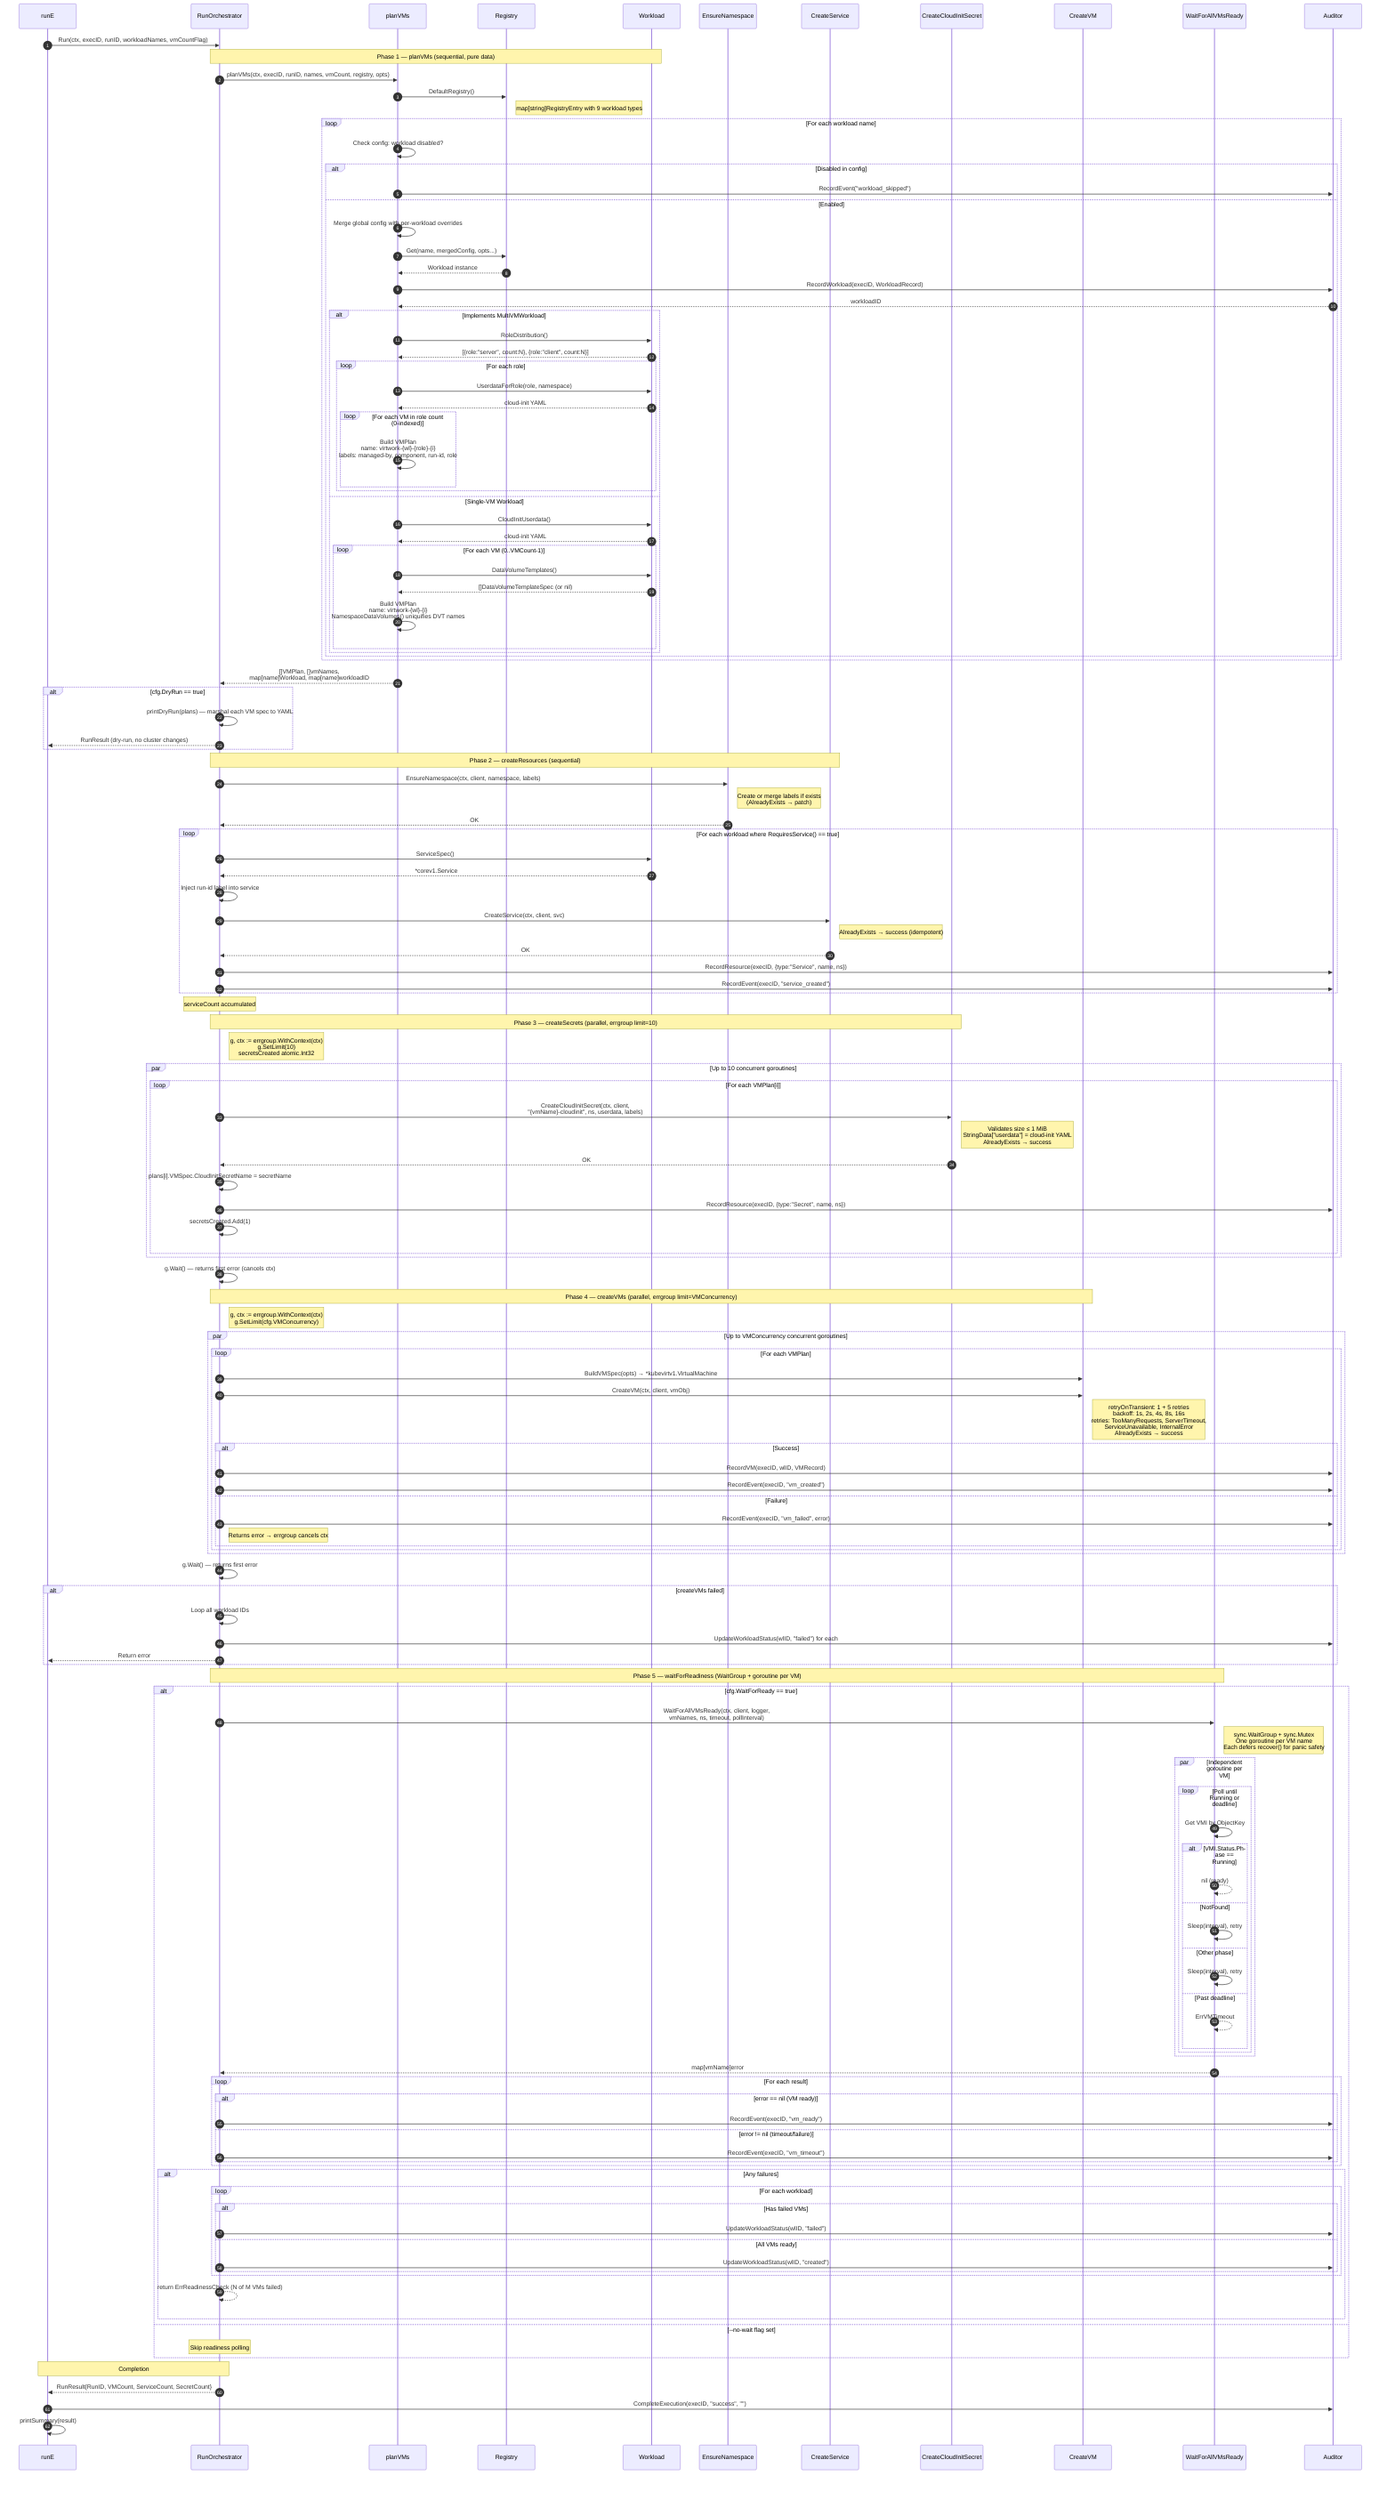
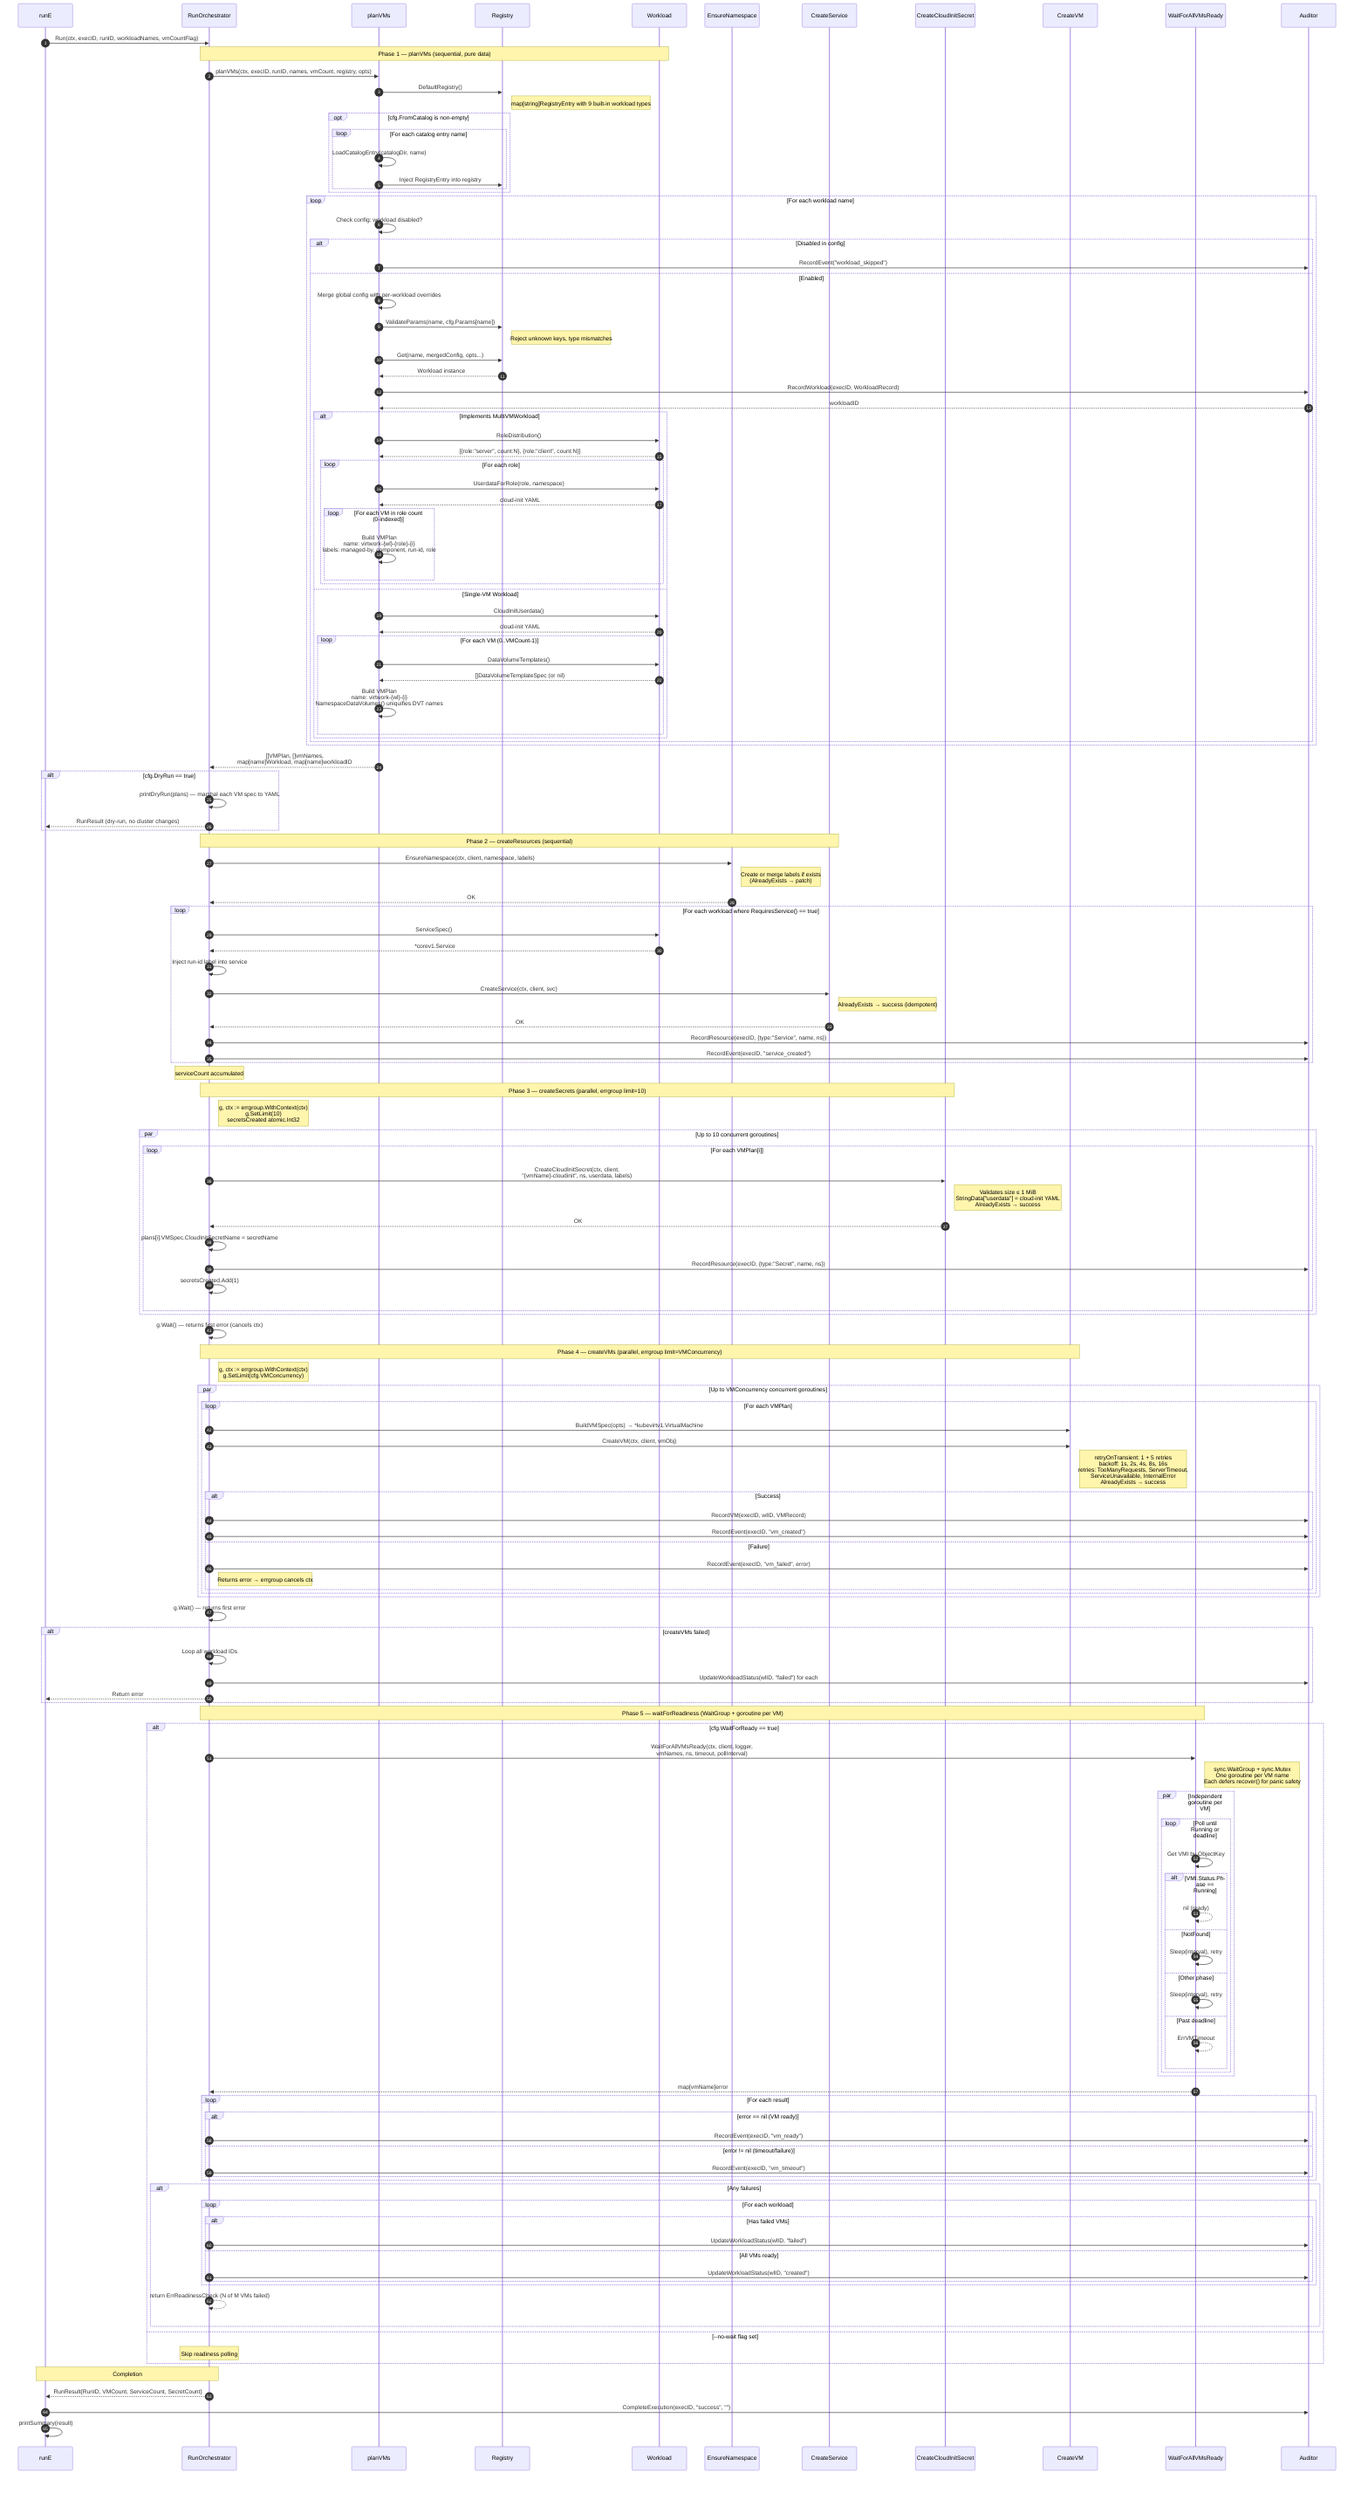
%% Orchestrator Run Phases: the 5-phase pipeline inside RunOrchestrator.Run()
%% Shows concurrency boundaries, error handling, and data flow between phases

sequenceDiagram
    autonumber

    participant CLI as runE
    participant RO as RunOrchestrator
    participant Plan as planVMs
    participant Reg as Registry
    participant WL as Workload
    participant NS as EnsureNamespace
    participant Svc as CreateService
    participant Sec as CreateCloudInitSecret
    participant VM as CreateVM
    participant Wait as WaitForAllVMsReady
    participant Aud as Auditor

    CLI ->> RO: Run(ctx, execID, runID, workloadNames, vmCountFlag)

    %% ─── PHASE 1: PLAN ──────────────────────────────────────────

    Note over RO, WL: Phase 1 — planVMs (sequential, pure data)
    RO ->> Plan: planVMs(ctx, execID, runID, names, vmCount, registry, opts)

    Plan ->> Reg: DefaultRegistry()
-     Note right of Reg: map[string]RegistryEntry with 9 workload types
+     Note right of Reg: map[string]RegistryEntry with 9 built-in workload types
+ 
+     opt cfg.FromCatalog is non-empty
+         loop For each catalog entry name
+             Plan ->> Plan: LoadCatalogEntry(catalogDir, name)
+             Plan ->> Reg: Inject RegistryEntry into registry
+         end
+     end

    loop For each workload name
        Plan ->> Plan: Check config: workload disabled?
        alt Disabled in config
            Plan ->> Aud: RecordEvent("workload_skipped")
        else Enabled
            Plan ->> Plan: Merge global config with per-workload overrides
+             Plan ->> Reg: ValidateParams(name, cfg.Params[name])
+             Note right of Reg: Reject unknown keys, type mismatches
            Plan ->> Reg: Get(name, mergedConfig, opts...)
            Reg -->> Plan: Workload instance

            Plan ->> Aud: RecordWorkload(execID, WorkloadRecord)
            Aud -->> Plan: workloadID

            alt Implements MultiVMWorkload
                Plan ->> WL: RoleDistribution()
                WL -->> Plan: [{role:"server", count:N}, {role:"client", count:N}]
                loop For each role
                    Plan ->> WL: UserdataForRole(role, namespace)
                    WL -->> Plan: cloud-init YAML
                    loop For each VM in role count (0-indexed)
                        Plan ->> Plan: Build VMPlan<br/>name: virtwork-{wl}-{role}-{i}<br/>labels: managed-by, component, run-id, role
                    end
                end
            else Single-VM Workload
                Plan ->> WL: CloudInitUserdata()
                WL -->> Plan: cloud-init YAML
                loop For each VM (0..VMCount-1)
                    Plan ->> WL: DataVolumeTemplates()
                    WL -->> Plan: []DataVolumeTemplateSpec (or nil)
                    Plan ->> Plan: Build VMPlan<br/>name: virtwork-{wl}-{i}<br/>NamespaceDataVolumes() uniquifies DVT names
                end
            end
        end
    end

    Plan -->> RO: []VMPlan, []vmNames,<br/>map[name]Workload, map[name]workloadID

    %% ─── DRY RUN CHECK ──────────────────────────────────────────

    alt cfg.DryRun == true
        RO ->> RO: printDryRun(plans) — marshal each VM spec to YAML
        RO -->> CLI: RunResult (dry-run, no cluster changes)
    end

    %% ─── PHASE 2: RESOURCES ─────────────────────────────────────

    Note over RO, Svc: Phase 2 — createResources (sequential)
    RO ->> NS: EnsureNamespace(ctx, client, namespace, labels)
    Note right of NS: Create or merge labels if exists<br/>(AlreadyExists → patch)
    NS -->> RO: OK

    loop For each workload where RequiresService() == true
        RO ->> WL: ServiceSpec()
        WL -->> RO: *corev1.Service
        RO ->> RO: Inject run-id label into service
        RO ->> Svc: CreateService(ctx, client, svc)
        Note right of Svc: AlreadyExists → success (idempotent)
        Svc -->> RO: OK
        RO ->> Aud: RecordResource(execID, {type:"Service", name, ns})
        RO ->> Aud: RecordEvent(execID, "service_created")
    end

    Note over RO: serviceCount accumulated

    %% ─── PHASE 3: SECRETS ───────────────────────────────────────

    Note over RO, Sec: Phase 3 — createSecrets (parallel, errgroup limit=10)
    Note right of RO: g, ctx := errgroup.WithContext(ctx)<br/>g.SetLimit(10)<br/>secretsCreated atomic.Int32

    par Up to 10 concurrent goroutines
        loop For each VMPlan[i]
            RO ->> Sec: CreateCloudInitSecret(ctx, client,<br/>"{vmName}-cloudinit", ns, userdata, labels)
            Note right of Sec: Validates size ≤ 1 MiB<br/>StringData["userdata"] = cloud-init YAML<br/>AlreadyExists → success
            Sec -->> RO: OK
            RO ->> RO: plans[i].VMSpec.CloudInitSecretName = secretName
            RO ->> Aud: RecordResource(execID, {type:"Secret", name, ns})
            RO ->> RO: secretsCreated.Add(1)
        end
    end

    RO ->> RO: g.Wait() — returns first error (cancels ctx)

    %% ─── PHASE 4: VMS ───────────────────────────────────────────

    Note over RO, VM: Phase 4 — createVMs (parallel, errgroup limit=VMConcurrency)
    Note right of RO: g, ctx := errgroup.WithContext(ctx)<br/>g.SetLimit(cfg.VMConcurrency)

    par Up to VMConcurrency concurrent goroutines
        loop For each VMPlan
            RO ->> VM: BuildVMSpec(opts) → *kubevirtv1.VirtualMachine
            RO ->> VM: CreateVM(ctx, client, vmObj)
            Note right of VM: retryOnTransient: 1 + 5 retries<br/>backoff: 1s, 2s, 4s, 8s, 16s<br/>retries: TooManyRequests, ServerTimeout,<br/>ServiceUnavailable, InternalError<br/>AlreadyExists → success

            alt Success
                RO ->> Aud: RecordVM(execID, wlID, VMRecord)
                RO ->> Aud: RecordEvent(execID, "vm_created")
            else Failure
                RO ->> Aud: RecordEvent(execID, "vm_failed", error)
                Note right of RO: Returns error → errgroup cancels ctx
            end
        end
    end

    RO ->> RO: g.Wait() — returns first error

    alt createVMs failed
        RO ->> RO: Loop all workload IDs
        RO ->> Aud: UpdateWorkloadStatus(wlID, "failed") for each
        RO -->> CLI: Return error
    end

    %% ─── PHASE 5: READINESS ─────────────────────────────────────

    Note over RO, Wait: Phase 5 — waitForReadiness (WaitGroup + goroutine per VM)

    alt cfg.WaitForReady == true
        RO ->> Wait: WaitForAllVMsReady(ctx, client, logger,<br/>vmNames, ns, timeout, pollInterval)
        Note right of Wait: sync.WaitGroup + sync.Mutex<br/>One goroutine per VM name<br/>Each defers recover() for panic safety

        par Independent goroutine per VM
            loop Poll until Running or deadline
                Wait ->> Wait: Get VMI by ObjectKey
                alt VMI.Status.Phase == Running
                    Wait -->> Wait: nil (ready)
                else NotFound
                    Wait ->> Wait: Sleep(interval), retry
                else Other phase
                    Wait ->> Wait: Sleep(interval), retry
                else Past deadline
                    Wait -->> Wait: ErrVMTimeout
                end
            end
        end

        Wait -->> RO: map[vmName]error

        loop For each result
            alt error == nil (VM ready)
                RO ->> Aud: RecordEvent(execID, "vm_ready")
            else error != nil (timeout/failure)
                RO ->> Aud: RecordEvent(execID, "vm_timeout")
            end
        end

        alt Any failures
            loop For each workload
                alt Has failed VMs
                    RO ->> Aud: UpdateWorkloadStatus(wlID, "failed")
                else All VMs ready
                    RO ->> Aud: UpdateWorkloadStatus(wlID, "created")
                end
            end
            RO -->> RO: return ErrReadinessCheck (N of M VMs failed)
        end
    else --no-wait flag set
        Note over RO: Skip readiness polling
    end

    %% ─── COMPLETION ─────────────────────────────────────────────

    Note over RO, CLI: Completion
    RO -->> CLI: RunResult{RunID, VMCount, ServiceCount, SecretCount}
    CLI ->> Aud: CompleteExecution(execID, "success", "")
    CLI ->> CLI: printSummary(result)
